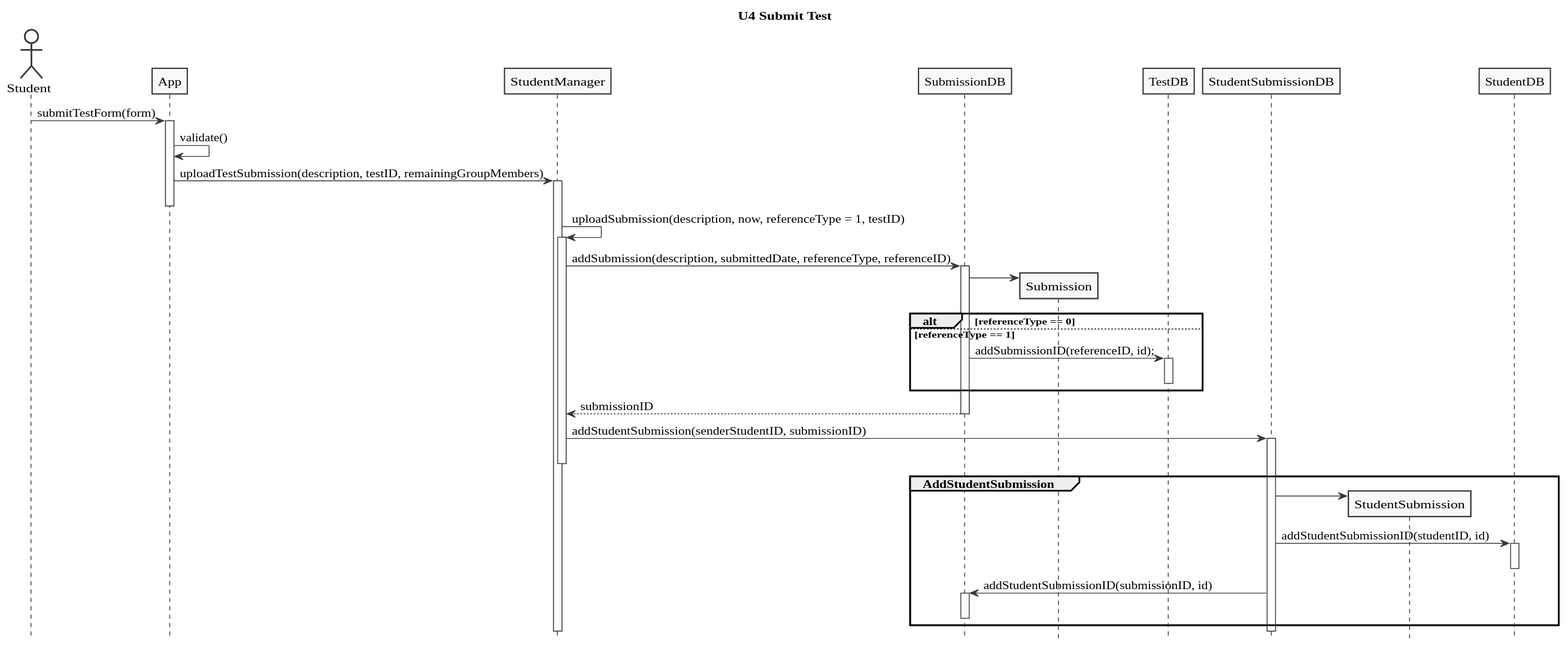
Earlier version of the PlantUML export doc/diagrams/export/sequences/submittest.svg (dev-tee/blockpass).
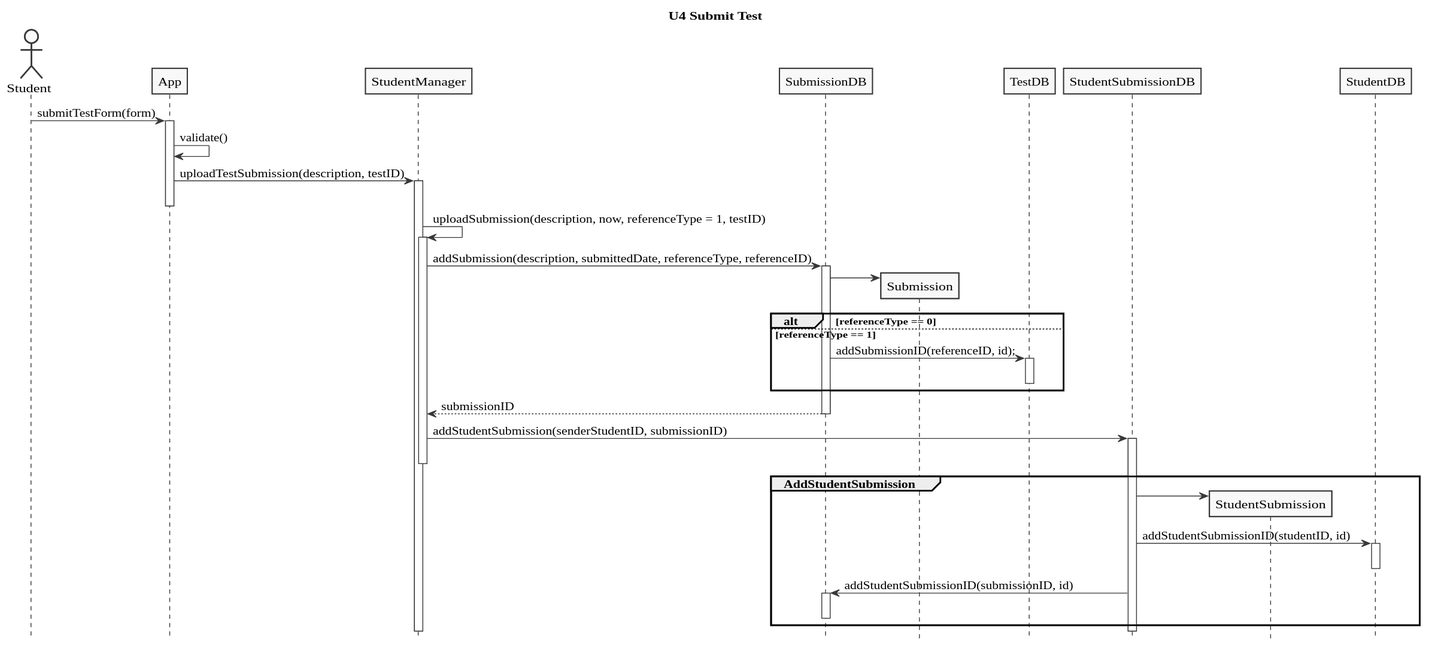
Later version of the same file.

What changed in the source:
```diff
@@ -16,7 +16,7 @@
 
 App -> App: validate()
 
-App -> StudentManager: uploadTestSubmission(description, testID, remainingGroupMembers)
+App -> StudentManager: uploadTestSubmission(description, testID)
 activate StudentManager
 deactivate App
 
```
